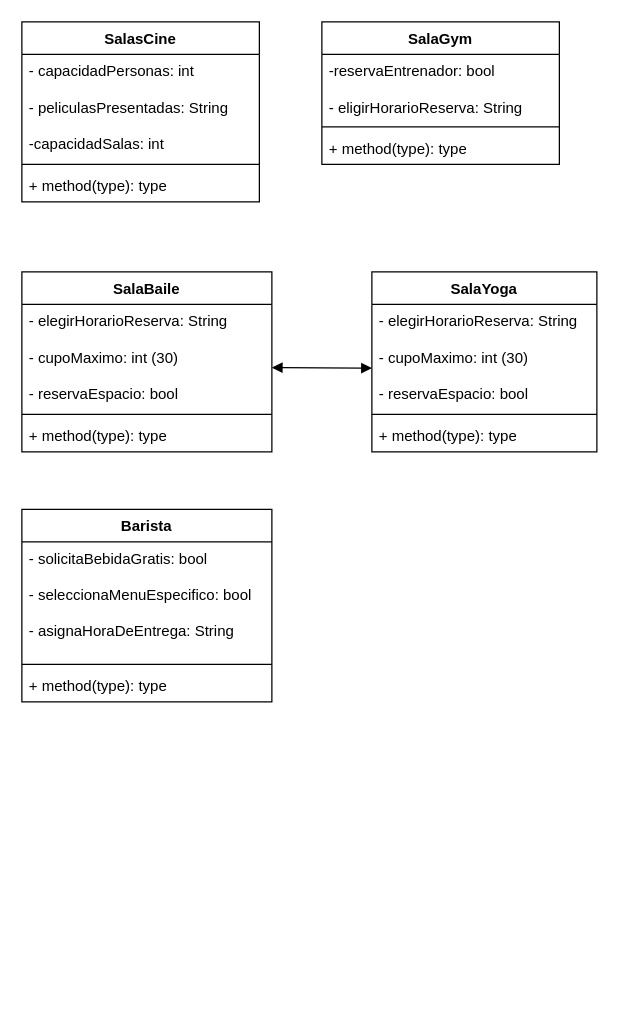
Above: SistemaReservasJava.drawio in handelenriquezacuna/javaSistemaReserva (draw.io), before the change. Source tidied: cells renumbered, new cells numbered last; positions are measured from the earlier drawing's top-left corner, leaving out a move shared by most shapes. Both pictures are drawn from the tidied source at 125%, with x=0, y=0 at pixel (21, 21).
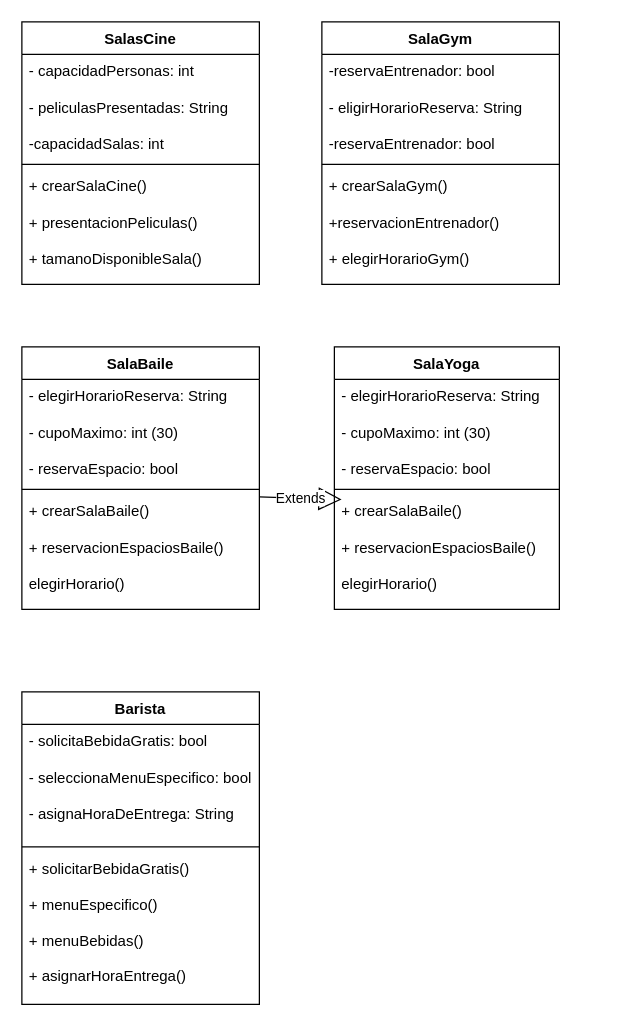
The same diagram, later.

What changed in the source:
```diff
@@
     <mxCell id="2" value="SalasCine&lt;div&gt;&lt;br&gt;&lt;/div&gt;" style="swimlane;fontStyle=1;align=center;verticalAlign=top;horizontal=1;startSize=26;whiteSpace=wrap;html=1;" parent="1" vertex="1">
-      <mxGeometry width="190" height="144" as="geometry" />
+      <mxGeometry width="190" height="210" as="geometry" />
     </mxCell>
@@
-    <mxCell id="5" value="+ method(type): type" style="text;strokeColor=none;fillColor=none;align=left;verticalAlign=top;spacingLeft=4;spacingRight=4;overflow=hidden;whiteSpace=wrap;html=1;" parent="2" vertex="1">
-      <mxGeometry y="118" width="190" height="26" as="geometry" />
+    <mxCell id="5" value="+ crearSalaCine()&lt;div&gt;&lt;br&gt;&lt;/div&gt;&lt;div&gt;+ presentacionPeliculas()&lt;/div&gt;&lt;div&gt;&lt;br&gt;&lt;/div&gt;&lt;div&gt;+ tamanoDisponibleSala()&lt;br&gt;&lt;div&gt;&lt;br&gt;&lt;/div&gt;&lt;/div&gt;" style="text;strokeColor=none;fillColor=none;align=left;verticalAlign=top;spacingLeft=4;spacingRight=4;overflow=hidden;whiteSpace=wrap;html=1;" parent="2" vertex="1">
+      <mxGeometry y="118" width="190" height="92" as="geometry" />
     </mxCell>
     <mxCell id="6" value="SalaGym" style="swimlane;fontStyle=1;align=center;verticalAlign=top;horizontal=1;startSize=26;whiteSpace=wrap;html=1;" parent="1" vertex="1">
-      <mxGeometry x="240" width="190" height="114" as="geometry" />
+      <mxGeometry x="240" width="190" height="210" as="geometry" />
     </mxCell>
-    <mxCell id="7" value="-reservaEntrenador: bool&lt;div&gt;&lt;br&gt;&lt;/div&gt;&lt;div&gt;- eligirHorarioReserva: String&lt;/div&gt;" style="text;strokeColor=none;fillColor=none;align=left;verticalAlign=top;spacingLeft=4;spacingRight=4;overflow=hidden;whiteSpace=wrap;html=1;" parent="6" vertex="1">
-      <mxGeometry y="26" width="190" height="54" as="geometry" />
+    <mxCell id="7" value="-reservaEntrenador: bool&lt;div&gt;&lt;br&gt;&lt;/div&gt;&lt;div&gt;- eligirHorarioReserva: String&lt;/div&gt;&lt;div&gt;&lt;br&gt;&lt;/div&gt;&lt;div&gt;-reservaEntrenador: bool&lt;/div&gt;" style="text;strokeColor=none;fillColor=none;align=left;verticalAlign=top;spacingLeft=4;spacingRight=4;overflow=hidden;whiteSpace=wrap;html=1;" parent="6" vertex="1">
+      <mxGeometry y="26" width="190" height="84" as="geometry" />
     </mxCell>
     <mxCell id="8" style="line;strokeWidth=1;fillColor=none;align=left;verticalAlign=middle;spacingTop=-1;spacingLeft=3;spacingRight=3;labelPosition=right;strokeColor=inherit;" parent="6" vertex="1">
-      <mxGeometry y="80" width="190" height="8" as="geometry" />
+      <mxGeometry y="110" width="190" height="8" as="geometry" />
     </mxCell>
-    <mxCell id="9" value="+ method(type): type" style="text;strokeColor=none;fillColor=none;align=left;verticalAlign=top;spacingLeft=4;spacingRight=4;overflow=hidden;whiteSpace=wrap;html=1;" parent="6" vertex="1">
-      <mxGeometry y="88" width="190" height="26" as="geometry" />
+    <mxCell id="9" value="+ crearSalaGym()&lt;div&gt;&lt;br&gt;&lt;/div&gt;&lt;div&gt;+reservacionEntrenador()&lt;/div&gt;&lt;div&gt;&lt;br&gt;&lt;/div&gt;&lt;div&gt;+ elegirHorarioGym()&lt;/div&gt;" style="text;strokeColor=none;fillColor=none;align=left;verticalAlign=top;spacingLeft=4;spacingRight=4;overflow=hidden;whiteSpace=wrap;html=1;" parent="6" vertex="1">
+      <mxGeometry y="118" width="190" height="92" as="geometry" />
     </mxCell>
     <mxCell id="10" value="SalaBaile" style="swimlane;fontStyle=1;align=center;verticalAlign=top;horizontal=1;startSize=26;whiteSpace=wrap;html=1;" parent="1" vertex="1">
-      <mxGeometry y="200" width="200" height="144" as="geometry" />
+      <mxGeometry y="260" width="190" height="210" as="geometry" />
     </mxCell>
     <mxCell id="11" value="- elegirHorarioReserva: String&lt;div&gt;&lt;br&gt;&lt;/div&gt;&lt;div&gt;- cupoMaximo: int (30)&lt;/div&gt;&lt;div&gt;&lt;br&gt;&lt;/div&gt;&lt;div&gt;- reservaEspacio: bool&lt;/div&gt;" style="text;strokeColor=none;fillColor=none;align=left;verticalAlign=top;spacingLeft=4;spacingRight=4;overflow=hidden;whiteSpace=wrap;html=1;" parent="10" vertex="1">
-      <mxGeometry y="26" width="200" height="84" as="geometry" />
+      <mxGeometry y="26" width="190" height="84" as="geometry" />
     </mxCell>
     <mxCell id="12" style="line;strokeWidth=1;fillColor=none;align=left;verticalAlign=middle;spacingTop=-1;spacingLeft=3;spacingRight=3;labelPosition=right;strokeColor=inherit;" parent="10" vertex="1">
-      <mxGeometry y="110" width="200" height="8" as="geometry" />
+      <mxGeometry y="110" width="190" height="8" as="geometry" />
     </mxCell>
-    <mxCell id="13" value="+ method(type): type" style="text;strokeColor=none;fillColor=none;align=left;verticalAlign=top;spacingLeft=4;spacingRight=4;overflow=hidden;whiteSpace=wrap;html=1;" parent="10" vertex="1">
-      <mxGeometry y="118" width="200" height="26" as="geometry" />
+    <mxCell id="13" value="+ crearSalaBaile()&lt;div&gt;&lt;br&gt;&lt;/div&gt;&lt;div&gt;+ reservacionEspaciosBaile()&lt;/div&gt;&lt;div&gt;&lt;br&gt;&lt;/div&gt;&lt;div&gt;elegirHorario()&lt;/div&gt;" style="text;strokeColor=none;fillColor=none;align=left;verticalAlign=top;spacingLeft=4;spacingRight=4;overflow=hidden;whiteSpace=wrap;html=1;" parent="10" vertex="1">
+      <mxGeometry y="118" width="190" height="92" as="geometry" />
     </mxCell>
-    <mxCell id="14" style="endArrow=block;startArrow=block;endFill=1;startFill=1;html=1;rounded=0;" parent="1" edge="1">
-      <mxGeometry relative="1" as="geometry">
-        <mxPoint x="200" y="276.6" as="sourcePoint" />
-        <mxPoint x="280" y="277" as="targetPoint" />
-      </mxGeometry>
-    </mxCell>
     <mxCell id="15" value="SalaYoga&lt;div&gt;&lt;br&gt;&lt;/div&gt;" style="swimlane;fontStyle=1;align=center;verticalAlign=top;horizontal=1;startSize=26;whiteSpace=wrap;html=1;" parent="1" vertex="1">
-      <mxGeometry x="280" y="200" width="180" height="144" as="geometry" />
+      <mxGeometry x="250" y="260" width="180" height="210" as="geometry" />
     </mxCell>
@@
-    <mxCell id="18" value="+ method(type): type" style="text;strokeColor=none;fillColor=none;align=left;verticalAlign=top;spacingLeft=4;spacingRight=4;overflow=hidden;points=[[0,0.5],[1,0.5]];portConstraint=eastwest;whiteSpace=wrap;html=1;" parent="15" vertex="1">
-      <mxGeometry y="118" width="180" height="26" as="geometry" />
+    <mxCell id="18" value="+ crearSalaBaile()&lt;div&gt;&lt;br&gt;&lt;/div&gt;&lt;div&gt;+ reservacionEspaciosBaile()&lt;/div&gt;&lt;div&gt;&lt;br&gt;&lt;/div&gt;&lt;div&gt;elegirHorario()&lt;/div&gt;" style="text;strokeColor=none;fillColor=none;align=left;verticalAlign=top;spacingLeft=4;spacingRight=4;overflow=hidden;points=[[0,0.5],[1,0.5]];portConstraint=eastwest;whiteSpace=wrap;html=1;" parent="15" vertex="1">
+      <mxGeometry y="118" width="180" height="92" as="geometry" />
     </mxCell>
     <mxCell id="19" value="Barista&lt;div&gt;&lt;br&gt;&lt;/div&gt;" style="swimlane;fontStyle=1;align=center;verticalAlign=top;horizontal=1;startSize=26;whiteSpace=wrap;html=1;" parent="1" vertex="1">
-      <mxGeometry y="390" width="200" height="154" as="geometry" />
+      <mxGeometry y="536" width="190" height="250" as="geometry" />
     </mxCell>
     <mxCell id="20" value="- solicitaBebidaGratis: bool&lt;div&gt;&lt;br&gt;&lt;/div&gt;&lt;div&gt;- seleccionaMenuEspecifico: bool&lt;/div&gt;&lt;div&gt;&lt;br&gt;&lt;/div&gt;&lt;div&gt;- asignaHoraDeEntrega: String&amp;nbsp;&lt;/div&gt;" style="text;strokeColor=none;fillColor=none;align=left;verticalAlign=top;spacingLeft=4;spacingRight=4;overflow=hidden;whiteSpace=wrap;html=1;" parent="19" vertex="1">
-      <mxGeometry y="26" width="200" height="94" as="geometry" />
+      <mxGeometry y="26" width="190" height="94" as="geometry" />
     </mxCell>
     <mxCell id="21" style="line;strokeWidth=1;fillColor=none;align=left;verticalAlign=middle;spacingTop=-1;spacingLeft=3;spacingRight=3;labelPosition=right;strokeColor=inherit;" parent="19" vertex="1">
-      <mxGeometry y="120" width="200" height="8" as="geometry" />
+      <mxGeometry y="120" width="190" height="8" as="geometry" />
     </mxCell>
-    <mxCell id="22" value="+ method(type): type" style="text;strokeColor=none;fillColor=none;align=left;verticalAlign=top;spacingLeft=4;spacingRight=4;overflow=hidden;whiteSpace=wrap;html=1;" parent="19" vertex="1">
-      <mxGeometry y="128" width="200" height="26" as="geometry" />
+    <mxCell id="22" value="+ solicitarBebidaGratis()&lt;div&gt;&lt;br&gt;&lt;/div&gt;&lt;div&gt;+ menuEspecifico()&lt;/div&gt;&lt;div&gt;&lt;br&gt;&lt;/div&gt;&lt;div&gt;+ menuBebidas()&lt;/div&gt;&lt;div&gt;&lt;br&gt;&lt;/div&gt;&lt;div&gt;+ asignarHoraEntrega()&lt;/div&gt;&lt;div&gt;&lt;br&gt;&lt;/div&gt;&lt;div&gt;&lt;br&gt;&lt;/div&gt;" style="text;strokeColor=none;fillColor=none;align=left;verticalAlign=top;spacingLeft=4;spacingRight=4;overflow=hidden;whiteSpace=wrap;html=1;" parent="19" vertex="1">
+      <mxGeometry y="128" width="190" height="122" as="geometry" />
     </mxCell>
+    <mxCell id="23" value="Extends" style="endArrow=block;endSize=16;endFill=0;html=1;rounded=0;entryX=0.032;entryY=0.045;entryDx=0;entryDy=0;entryPerimeter=0;" parent="1" edge="1" target="18">
+      <mxGeometry relative="1" as="geometry">
+        <mxPoint x="190" y="380" as="sourcePoint" />
+      </mxGeometry>
+    </mxCell>
```
